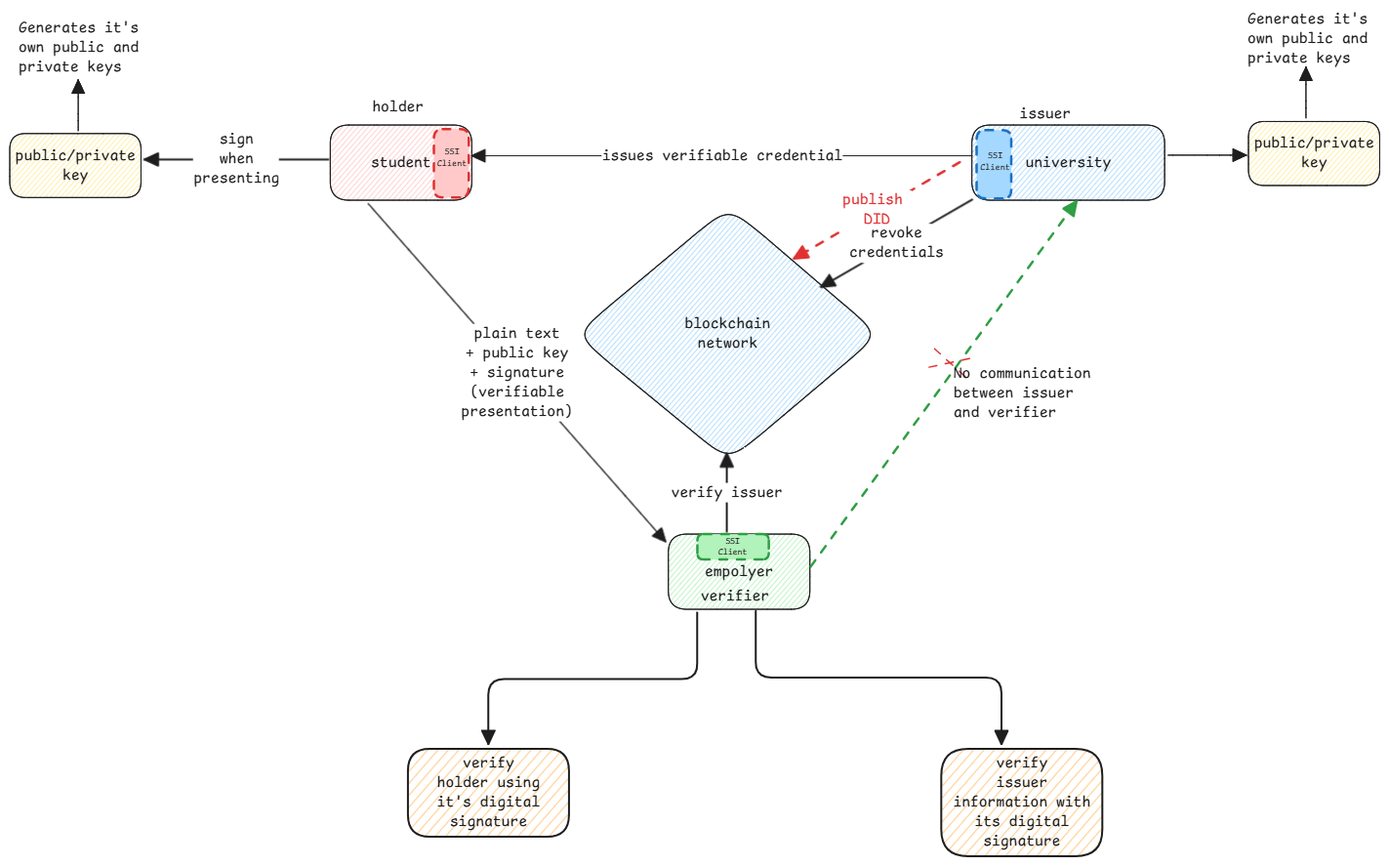
Before: static/img/ssi.excalidraw.png, a diagram exported from Excalidraw (swaroopar/inprogress-engineer). Source tidied: one line per element, renumbered; positions are measured from the earlier drawing's top-left corner, leaving out a move shared by most shapes.
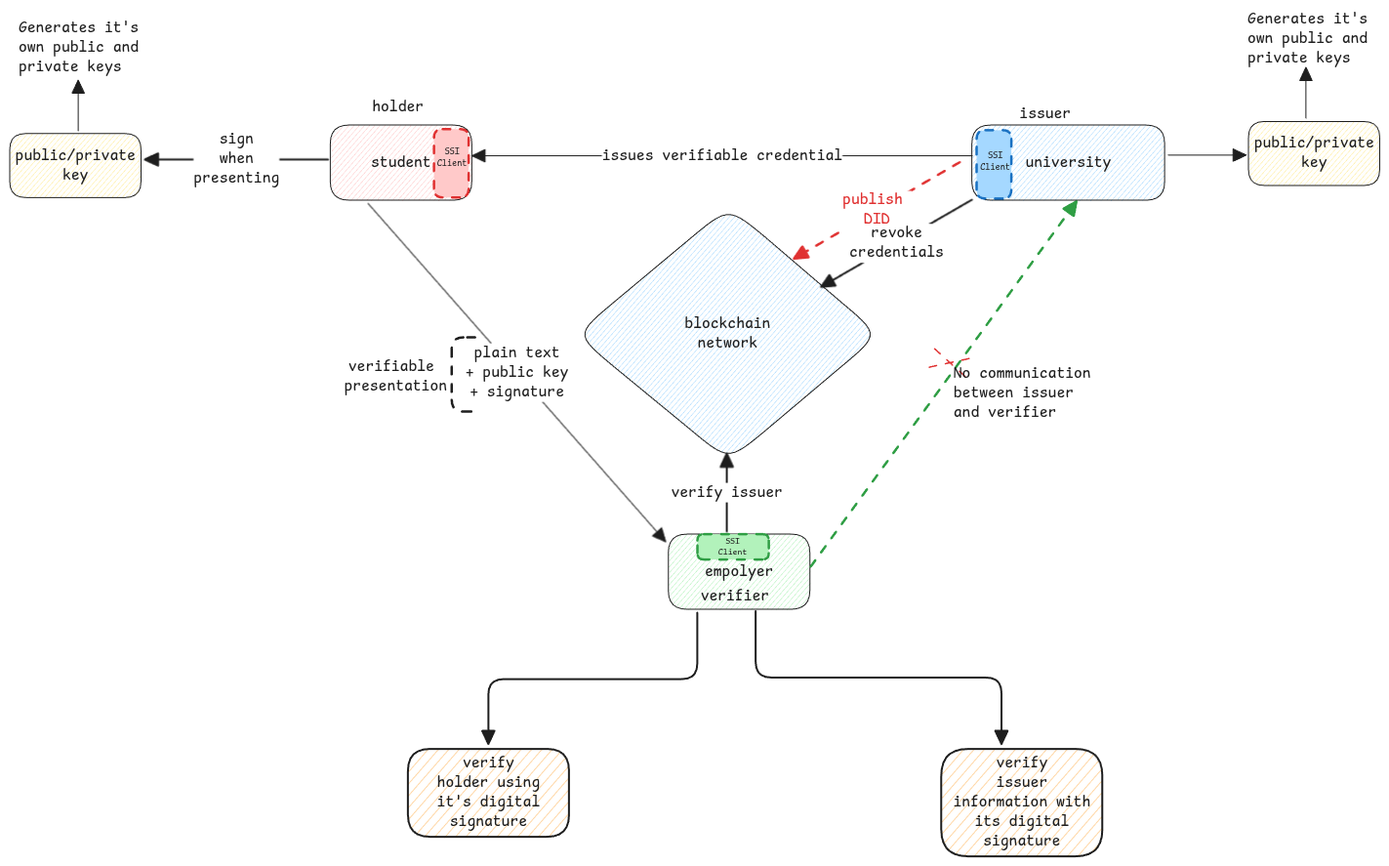
Later version of the same file.

Commit message:
add verifiable presentation

The edit, as a diff of the source:
```diff
@@ -10,7 +10,7 @@
 {"id": 9, "type": "arrow", "strokeColor": "#1e1e1e", "strokeWidth": 1, "roughness": 0, "endArrowhead": "triangle", "round": true, "x": 986, "y": 150, "width": 513, "height": 0, "points": [[0, 0], [-513, 0]]}
 {"id": 10, "type": "text", "text": "issues verifiable credential", "strokeColor": "#1e1e1e", "strokeWidth": 1, "roughness": 0, "fontSize": 16, "fontFamily": 8, "textAlign": "center", "verticalAlign": "middle", "inside": 9, "x": 607, "y": 140, "width": 246, "height": 20}
 {"id": 11, "type": "arrow", "strokeColor": "#1e1e1e", "strokeWidth": 1, "roughness": 0, "endArrowhead": "triangle", "round": true, "from": 0, "to": 4, "x": 367, "y": 198, "width": 305, "height": 347, "points": [[0, 0], [305, 347]]}
-{"id": 12, "type": "text", "text": "plain text\n+ public key\n+ signature\n(verifiable\npresentation)", "strokeColor": "#1e1e1e", "strokeWidth": 1, "roughness": 0, "fontSize": 16, "fontFamily": 8, "textAlign": "center", "verticalAlign": "middle", "inside": 11, "x": 453, "y": 322, "width": 114, "height": 100}
+{"id": 12, "type": "text", "text": "plain text\n+ public key\n+ signature", "strokeColor": "#1e1e1e", "strokeWidth": 1, "roughness": 0, "fontSize": 16, "fontFamily": 8, "textAlign": "center", "verticalAlign": "middle", "inside": 11, "x": 467, "y": 342, "width": 106, "height": 60}
 {"id": 13, "type": "rectangle", "strokeColor": "#1e1e1e", "backgroundColor": "#ffec99", "fillStyle": "hachure", "strokeWidth": 1, "roughness": 0, "round": true, "x": 1269, "y": 114, "width": 134, "height": 66}
 {"id": 14, "type": "text", "text": "public/private\nkey", "strokeColor": "#1e1e1e", "strokeWidth": 1, "roughness": 0, "fontSize": 16, "fontFamily": 8, "textAlign": "center", "verticalAlign": "middle", "inside": 13, "x": 1275, "y": 127, "width": 123, "height": 40}
 {"id": 15, "type": "arrow", "strokeColor": "#1e1e1e", "strokeWidth": 1, "roughness": 0, "endArrowhead": "triangle", "round": true, "to": 13, "x": 1187, "y": 149, "width": 80, "height": 0, "points": [[0, 0], [80, 0]]}
@@ -46,3 +46,5 @@
 {"id": 45, "type": "text", "text": "SSI\nClient", "strokeColor": "#1e1e1e", "strokeWidth": 2, "strokeStyle": "dashed", "roughness": 0, "fontSize": 8.95, "fontFamily": 8, "textAlign": "center", "x": 726, "y": 539, "width": 30, "height": 22}
 {"id": 46, "type": "arrow", "strokeColor": "#1e1e1e", "strokeWidth": 2, "roughness": 0, "endArrowhead": "triangle", "from": 4, "to": 34, "x": 704, "y": 618, "width": 214, "height": 135, "points": [[0, 0], [0, 68], [-214, 68], [-214, 135]]}
 {"id": 47, "type": "arrow", "strokeColor": "#1e1e1e", "strokeWidth": 2, "roughness": 0, "endArrowhead": "triangle", "from": 22, "to": 36, "x": 764, "y": 616, "width": 252, "height": 136, "points": [[0, 0], [0, 68], [252, 68], [252, 136]]}
+{"id": 48, "type": "text", "text": "verifiable \npresentation", "strokeColor": "#1e1e1e", "strokeWidth": 2, "roughness": 1, "fontSize": 16, "fontFamily": 8, "textAlign": "center", "x": 342, "y": 356, "width": 106, "height": 40}
+{"id": 49, "type": "arrow", "strokeColor": "#1e1e1e", "strokeWidth": 2, "strokeStyle": "dashed", "roughness": 0, "x": 477, "y": 336, "width": 24, "height": 76, "points": [[0, 0], [-24, 0], [-24, 76], [0, 76]]}
```
